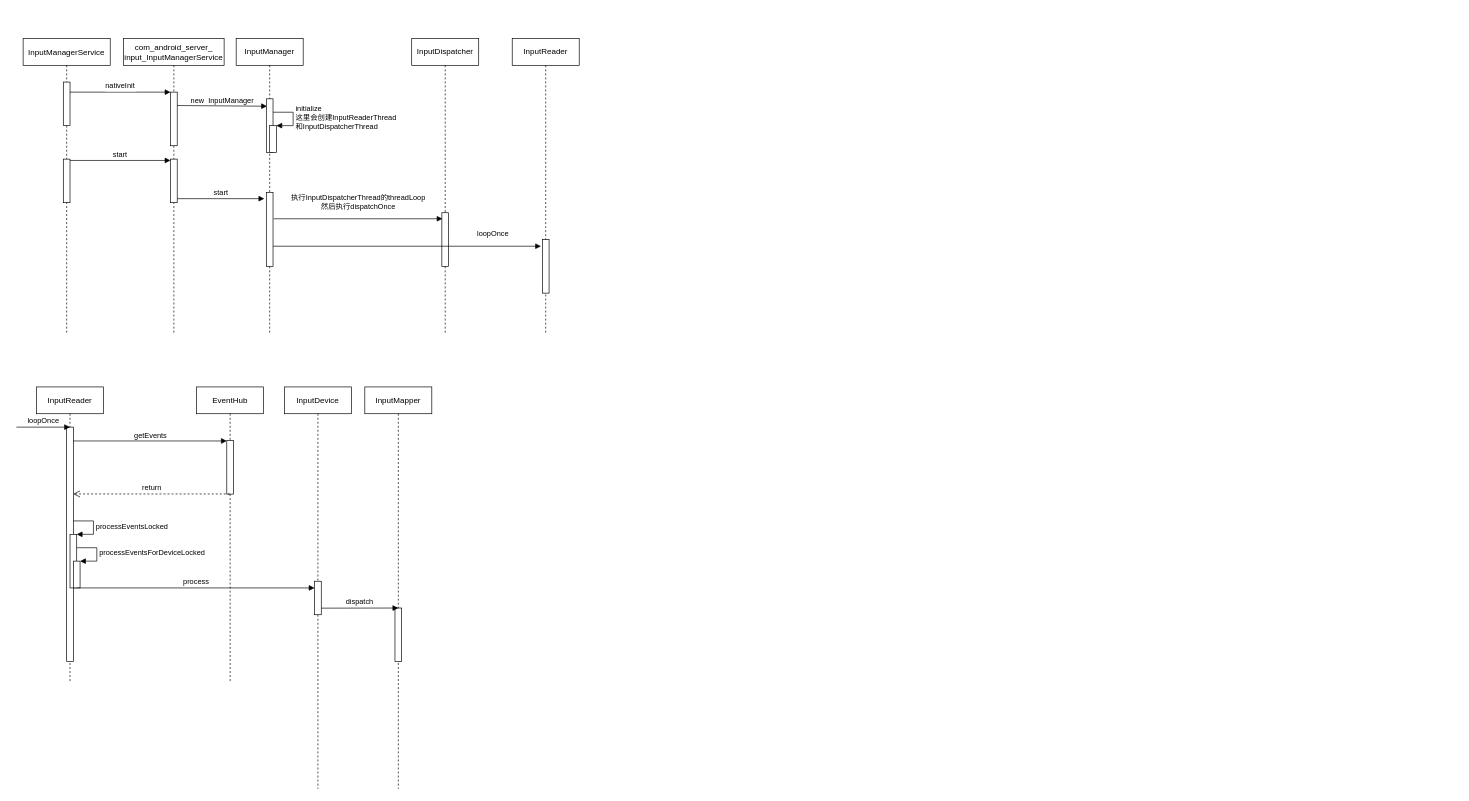
Earlier version of the draw.io diagram Input.drawio (Frezrik/UML). Source tidied: cells renumbered, new cells numbered last; positions are measured from the earlier drawing's top-left corner, leaving out a move shared by most shapes. Both pictures are drawn from the tidied source at 67%, with x=0, y=0 at pixel (16, 38).
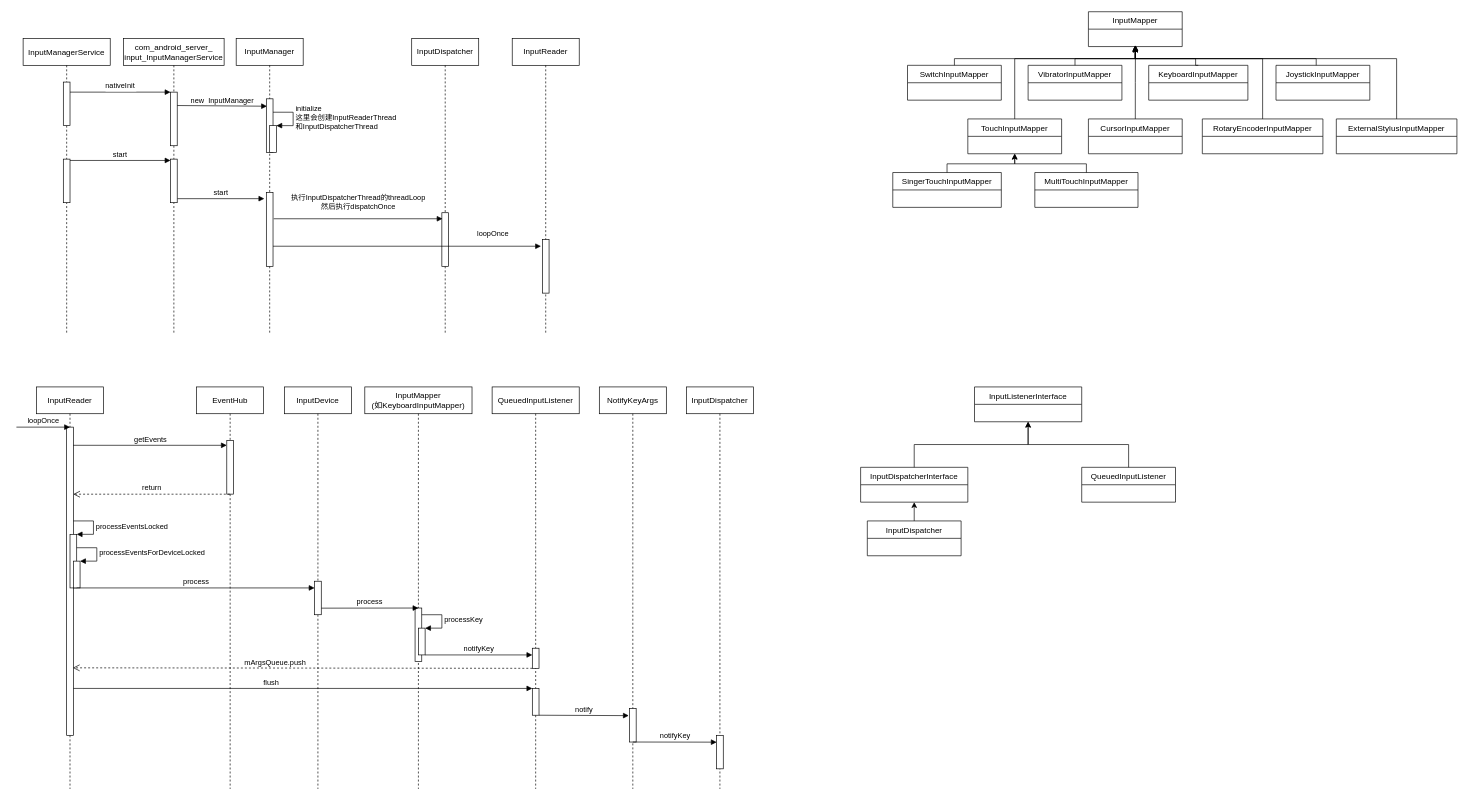
Above is the later version.

Unchanged cells that the change refers to:
```xml
<mxCell id="36" style="html=1;points=[];perimeter=orthogonalPerimeter;" parent="35" vertex="1">
  <mxGeometry x="45" y="290" width="10" height="50" as="geometry" />
</mxCell>
```

What changed in the source:
```diff
@@
     <mxCell id="23" value="InputReader" style="shape=umlLifeline;perimeter=lifelinePerimeter;whiteSpace=wrap;html=1;" parent="1" vertex="1">
-      <mxGeometry x="30" y="520" width="100" height="440" as="geometry" />
+      <mxGeometry x="30" y="520" width="100" height="600" as="geometry" />
     </mxCell>
     <mxCell id="24" style="html=1;points=[];perimeter=orthogonalPerimeter;" parent="23" vertex="1">
-      <mxGeometry x="45" y="60" width="10" height="350" as="geometry" />
+      <mxGeometry x="45" y="60" width="10" height="460" as="geometry" />
     </mxCell>
@@
     <mxCell id="31" value="EventHub" style="shape=umlLifeline;perimeter=lifelinePerimeter;whiteSpace=wrap;html=1;outlineConnect=0;" parent="1" vertex="1">
-      <mxGeometry x="269" y="520" width="100" height="440" as="geometry" />
+      <mxGeometry x="269" y="520" width="100" height="600" as="geometry" />
     </mxCell>
@@
-    <mxCell id="34" value="return" style="html=1;verticalAlign=bottom;endArrow=open;dashed=1;endSize=8;entryX=0.98;entryY=0.285;entryDx=0;entryDy=0;entryPerimeter=0;" parent="1" edge="1" source="31" target="24">
-      <mxGeometry relative="1" as="geometry" />
+    <mxCell id="34" value="return" style="html=1;verticalAlign=bottom;endArrow=open;dashed=1;endSize=8;entryX=0.98;entryY=0.285;entryDx=0;entryDy=0;entryPerimeter=0;" parent="1" edge="1">
+      <mxGeometry relative="1" as="geometry">
+        <mxPoint x="318.5" y="680.1" as="sourcePoint" />
+        <mxPoint x="84.8" y="680.1" as="targetPoint" />
+      </mxGeometry>
     </mxCell>
@@
-    <mxCell id="37" value="InputMapper" style="shape=umlLifeline;perimeter=lifelinePerimeter;whiteSpace=wrap;html=1;" parent="1" vertex="1">
-      <mxGeometry x="520" y="520" width="100" height="600" as="geometry" />
+    <mxCell id="37" value="InputMapper&lt;br&gt;(如KeyboardInputMapper)" style="shape=umlLifeline;perimeter=lifelinePerimeter;whiteSpace=wrap;html=1;" parent="1" vertex="1">
+      <mxGeometry x="520" y="520" width="160" height="600" as="geometry" />
     </mxCell>
     <mxCell id="38" style="html=1;points=[];perimeter=orthogonalPerimeter;" parent="37" vertex="1">
-      <mxGeometry x="45" y="330" width="10" height="80" as="geometry" />
+      <mxGeometry x="75" y="330" width="10" height="80" as="geometry" />
     </mxCell>
+    <mxCell id="40" style="html=1;points=[];perimeter=orthogonalPerimeter;" parent="37" vertex="1">
+      <mxGeometry x="80" y="360" width="10" height="40" as="geometry" />
+    </mxCell>
+    <mxCell id="41" value="processKey" style="edgeStyle=orthogonalEdgeStyle;html=1;align=left;spacingLeft=2;endArrow=block;rounded=0;entryX=1;entryY=0;" parent="37" edge="1" target="40">
+      <mxGeometry relative="1" as="geometry">
+        <mxPoint x="85" y="340" as="sourcePoint" />
+        <Array as="points">
+          <mxPoint x="115" y="340" />
+        </Array>
+      </mxGeometry>
+    </mxCell>
+    <mxCell id="42" value="notifyKey" style="html=1;verticalAlign=bottom;endArrow=block;" parent="37" edge="1" target="51">
+      <mxGeometry relative="1" as="geometry">
+        <mxPoint x="90" y="400" as="sourcePoint" />
+      </mxGeometry>
+    </mxCell>
-    <mxCell id="39" value="dispatch" style="html=1;verticalAlign=bottom;endArrow=block;exitX=1.02;exitY=0.804;exitDx=0;exitDy=0;exitPerimeter=0;" parent="1" edge="1" source="36">
-      <mxGeometry relative="1" as="geometry">
-        <mxPoint x="570" y="850" as="targetPoint" />
-      </mxGeometry>
+    <mxCell id="39" value="process" style="html=1;verticalAlign=bottom;endArrow=block;exitX=1.02;exitY=0.804;exitDx=0;exitDy=0;exitPerimeter=0;entryX=0.5;entryY=0;entryDx=0;entryDy=0;entryPerimeter=0;" parent="1" edge="1" source="36" target="38">
+      <mxGeometry relative="1" as="geometry" />
     </mxCell>
+    <mxCell id="43" style="edgeStyle=orthogonalEdgeStyle;rounded=0;jettySize=auto;html=1;exitX=0.5;exitY=0;exitDx=0;exitDy=0;entryX=0.5;entryY=1;entryDx=0;entryDy=0;" parent="1" edge="1" source="44" target="46">
+      <mxGeometry relative="1" as="geometry" />
+    </mxCell>
+    <mxCell id="44" value="InputDispatcher" style="swimlane;fontStyle=0;horizontal=1;startSize=26;fillColor=none;" parent="1" vertex="1">
+      <mxGeometry x="1270" y="720" width="140" height="52" as="geometry" />
+    </mxCell>
+    <mxCell id="45" style="edgeStyle=orthogonalEdgeStyle;rounded=0;jettySize=auto;html=1;exitX=0.5;exitY=0;exitDx=0;exitDy=0;entryX=0.5;entryY=1;entryDx=0;entryDy=0;" parent="1" edge="1" source="46" target="47">
+      <mxGeometry relative="1" as="geometry" />
+    </mxCell>
+    <mxCell id="46" value="InputDispatcherInterface" style="swimlane;fontStyle=0;horizontal=1;startSize=26;fillColor=none;" parent="1" vertex="1">
+      <mxGeometry x="1260" y="640" width="160" height="52" as="geometry" />
+    </mxCell>
+    <mxCell id="47" value="InputListenerInterface" style="swimlane;fontStyle=0;horizontal=1;startSize=26;fillColor=none;" parent="1" vertex="1">
+      <mxGeometry x="1430" y="520" width="160" height="52" as="geometry" />
+    </mxCell>
+    <mxCell id="48" style="edgeStyle=orthogonalEdgeStyle;rounded=0;jettySize=auto;html=1;exitX=0.5;exitY=0;exitDx=0;exitDy=0;entryX=0.5;entryY=1;entryDx=0;entryDy=0;" parent="1" edge="1" source="49" target="47">
+      <mxGeometry relative="1" as="geometry" />
+    </mxCell>
+    <mxCell id="49" value="QueuedInputListener" style="swimlane;fontStyle=0;horizontal=1;startSize=26;fillColor=none;" parent="1" vertex="1">
+      <mxGeometry x="1590" y="640" width="140" height="52" as="geometry" />
+    </mxCell>
+    <mxCell id="50" value="QueuedInputListener" style="shape=umlLifeline;perimeter=lifelinePerimeter;whiteSpace=wrap;html=1;" parent="1" vertex="1">
+      <mxGeometry x="710" y="520" width="130" height="600" as="geometry" />
+    </mxCell>
+    <mxCell id="51" style="html=1;points=[];perimeter=orthogonalPerimeter;" parent="50" vertex="1">
+      <mxGeometry x="60" y="390" width="10" height="30" as="geometry" />
+    </mxCell>
+    <mxCell id="52" style="html=1;perimeter=orthogonalPerimeter;" parent="50" vertex="1">
+      <mxGeometry x="60" y="450" width="10" height="40" as="geometry" />
+    </mxCell>
+    <mxCell id="53" value="notify" style="html=1;verticalAlign=bottom;endArrow=block;entryX=-0.1;entryY=0.212;entryDx=0;entryDy=0;entryPerimeter=0;" parent="50" edge="1" target="57">
+      <mxGeometry relative="1" as="geometry">
+        <mxPoint x="70" y="490" as="sourcePoint" />
+      </mxGeometry>
+    </mxCell>
+    <mxCell id="54" value="mArgsQueue.push" style="html=1;verticalAlign=bottom;endArrow=open;dashed=1;endSize=8;entryX=0.929;entryY=0.781;entryDx=0;entryDy=0;entryPerimeter=0;" parent="1" edge="1" target="24">
+      <mxGeometry x="0.12" relative="1" as="geometry">
+        <mxPoint x="770" y="940" as="sourcePoint" />
+      </mxGeometry>
+    </mxCell>
+    <mxCell id="55" value="flush" style="html=1;verticalAlign=bottom;endArrow=block;" parent="1" edge="1" source="24">
+      <mxGeometry x="-0.14" relative="1" as="geometry">
+        <mxPoint x="770" y="970" as="targetPoint" />
+      </mxGeometry>
+    </mxCell>
+    <mxCell id="56" value="NotifyKeyArgs" style="shape=umlLifeline;perimeter=lifelinePerimeter;whiteSpace=wrap;html=1;" parent="1" vertex="1">
+      <mxGeometry x="870" y="520" width="100" height="600" as="geometry" />
+    </mxCell>
+    <mxCell id="57" style="html=1;points=[];perimeter=orthogonalPerimeter;" parent="56" vertex="1">
+      <mxGeometry x="45" y="480" width="10" height="50" as="geometry" />
+    </mxCell>
+    <mxCell id="58" value="notifyKey" style="html=1;verticalAlign=bottom;endArrow=block;entryX=0.02;entryY=0.204;entryDx=0;entryDy=0;entryPerimeter=0;" parent="56" edge="1" target="60">
+      <mxGeometry relative="1" as="geometry">
+        <mxPoint x="50" y="530" as="sourcePoint" />
+      </mxGeometry>
+    </mxCell>
+    <mxCell id="59" value="InputDispatcher" style="shape=umlLifeline;perimeter=lifelinePerimeter;whiteSpace=wrap;html=1;" parent="1" vertex="1">
+      <mxGeometry x="1000" y="520" width="100" height="600" as="geometry" />
+    </mxCell>
+    <mxCell id="60" style="html=1;points=[];perimeter=orthogonalPerimeter;" parent="59" vertex="1">
+      <mxGeometry x="45" y="520" width="10" height="50" as="geometry" />
+    </mxCell>
+    <mxCell id="61" value="InputMapper" style="swimlane;fontStyle=0;horizontal=1;startSize=26;fillColor=none;" parent="1" vertex="1">
+      <mxGeometry x="1600" y="-40" width="140" height="52" as="geometry" />
+    </mxCell>
+    <mxCell id="62" style="edgeStyle=orthogonalEdgeStyle;rounded=0;jettySize=auto;html=1;entryX=0.5;entryY=1;entryDx=0;entryDy=0;" parent="1" edge="1" source="63" target="61">
+      <mxGeometry relative="1" as="geometry">
+        <Array as="points">
+          <mxPoint x="1490" y="30" />
+          <mxPoint x="1670" y="30" />
+        </Array>
+      </mxGeometry>
+    </mxCell>
+    <mxCell id="63" value="TouchInputMapper" style="swimlane;fontStyle=0;horizontal=1;startSize=26;fillColor=none;" parent="1" vertex="1">
+      <mxGeometry x="1420" y="120" width="140" height="52" as="geometry" />
+    </mxCell>
+    <mxCell id="64" style="edgeStyle=orthogonalEdgeStyle;rounded=0;jettySize=auto;html=1;" parent="1" edge="1" source="65">
+      <mxGeometry relative="1" as="geometry">
+        <mxPoint x="1670" y="10" as="targetPoint" />
+        <Array as="points">
+          <mxPoint x="1400" y="30" />
+          <mxPoint x="1670" y="30" />
+          <mxPoint x="1670" y="10" />
+        </Array>
+      </mxGeometry>
+    </mxCell>
+    <mxCell id="65" value="SwitchInputMapper" style="swimlane;fontStyle=0;horizontal=1;startSize=26;fillColor=none;" parent="1" vertex="1">
+      <mxGeometry x="1330" y="40" width="140" height="52" as="geometry" />
+    </mxCell>
+    <mxCell id="66" style="edgeStyle=orthogonalEdgeStyle;rounded=0;jettySize=auto;html=1;exitX=0.5;exitY=0;exitDx=0;exitDy=0;" parent="1" edge="1" source="67">
+      <mxGeometry relative="1" as="geometry">
+        <mxPoint x="1670" y="12" as="targetPoint" />
+        <Array as="points">
+          <mxPoint x="1580" y="30" />
+          <mxPoint x="1670" y="30" />
+        </Array>
+      </mxGeometry>
+    </mxCell>
+    <mxCell id="67" value="VibratorInputMapper" style="swimlane;fontStyle=0;horizontal=1;startSize=26;fillColor=none;" parent="1" vertex="1">
+      <mxGeometry x="1510" y="40" width="140" height="52" as="geometry" />
+    </mxCell>
+    <mxCell id="68" style="edgeStyle=orthogonalEdgeStyle;rounded=0;jettySize=auto;html=1;entryX=0.5;entryY=1;entryDx=0;entryDy=0;" parent="1" edge="1" source="69" target="61">
+      <mxGeometry relative="1" as="geometry">
+        <Array as="points">
+          <mxPoint x="1940" y="30" />
+          <mxPoint x="1670" y="30" />
+        </Array>
+      </mxGeometry>
+    </mxCell>
+    <mxCell id="69" value="JoystickInputMapper" style="swimlane;fontStyle=0;horizontal=1;startSize=26;fillColor=none;" parent="1" vertex="1">
+      <mxGeometry x="1880" y="40" width="140" height="52" as="geometry" />
+    </mxCell>
+    <mxCell id="70" style="edgeStyle=orthogonalEdgeStyle;rounded=0;jettySize=auto;html=1;exitX=0.5;exitY=0;exitDx=0;exitDy=0;" parent="1" edge="1" source="71">
+      <mxGeometry relative="1" as="geometry">
+        <mxPoint x="1670" y="10" as="targetPoint" />
+        <Array as="points">
+          <mxPoint x="1760" y="30" />
+          <mxPoint x="1670" y="30" />
+        </Array>
+      </mxGeometry>
+    </mxCell>
+    <mxCell id="71" value="KeyboardInputMapper" style="swimlane;fontStyle=0;horizontal=1;startSize=26;fillColor=none;" parent="1" vertex="1">
+      <mxGeometry x="1690" y="40" width="148" height="52" as="geometry" />
+    </mxCell>
+    <mxCell id="72" style="edgeStyle=orthogonalEdgeStyle;rounded=0;jettySize=auto;html=1;entryX=0.5;entryY=1;entryDx=0;entryDy=0;" parent="1" edge="1" source="73" target="61">
+      <mxGeometry relative="1" as="geometry">
+        <Array as="points">
+          <mxPoint x="1860" y="30" />
+          <mxPoint x="1670" y="30" />
+        </Array>
+      </mxGeometry>
+    </mxCell>
+    <mxCell id="73" value="RotaryEncoderInputMapper" style="swimlane;fontStyle=0;horizontal=1;startSize=26;fillColor=none;" parent="1" vertex="1">
+      <mxGeometry x="1770" y="120" width="180" height="52" as="geometry" />
+    </mxCell>
+    <mxCell id="74" style="edgeStyle=orthogonalEdgeStyle;rounded=0;jettySize=auto;html=1;exitX=0.5;exitY=0;exitDx=0;exitDy=0;entryX=0.5;entryY=1;entryDx=0;entryDy=0;" parent="1" edge="1" source="75" target="63">
+      <mxGeometry relative="1" as="geometry">
+        <Array as="points">
+          <mxPoint x="1597" y="187" />
+          <mxPoint x="1490" y="187" />
+        </Array>
+      </mxGeometry>
+    </mxCell>
+    <mxCell id="75" value="MultiTouchInputMapper" style="swimlane;fontStyle=0;horizontal=1;startSize=26;fillColor=none;" parent="1" vertex="1">
+      <mxGeometry x="1520" y="200" width="154" height="52" as="geometry" />
+    </mxCell>
+    <mxCell id="76" style="edgeStyle=orthogonalEdgeStyle;rounded=0;jettySize=auto;html=1;exitX=0.5;exitY=0;exitDx=0;exitDy=0;entryX=0.5;entryY=1;entryDx=0;entryDy=0;" parent="1" edge="1" source="77" target="63">
+      <mxGeometry relative="1" as="geometry">
+        <Array as="points">
+          <mxPoint x="1389" y="187" />
+          <mxPoint x="1490" y="187" />
+        </Array>
+      </mxGeometry>
+    </mxCell>
+    <mxCell id="77" value="SingerTouchInputMapper" style="swimlane;fontStyle=0;horizontal=1;startSize=26;fillColor=none;" parent="1" vertex="1">
+      <mxGeometry x="1308" y="200" width="162" height="52" as="geometry" />
+    </mxCell>
+    <mxCell id="78" style="edgeStyle=orthogonalEdgeStyle;rounded=0;jettySize=auto;html=1;exitX=0.5;exitY=0;exitDx=0;exitDy=0;" parent="1" edge="1" source="79">
+      <mxGeometry relative="1" as="geometry">
+        <mxPoint x="1670.2" y="10" as="targetPoint" />
+      </mxGeometry>
+    </mxCell>
+    <mxCell id="79" value="CursorInputMapper" style="swimlane;fontStyle=0;horizontal=1;startSize=26;fillColor=none;" parent="1" vertex="1">
+      <mxGeometry x="1600" y="120" width="140" height="52" as="geometry" />
+    </mxCell>
+    <mxCell id="80" style="edgeStyle=orthogonalEdgeStyle;rounded=0;jettySize=auto;html=1;exitX=0.5;exitY=0;exitDx=0;exitDy=0;entryX=0.5;entryY=1;entryDx=0;entryDy=0;" parent="1" edge="1" source="81" target="61">
+      <mxGeometry relative="1" as="geometry">
+        <Array as="points">
+          <mxPoint x="2060" y="30" />
+          <mxPoint x="1670" y="30" />
+        </Array>
+      </mxGeometry>
+    </mxCell>
+    <mxCell id="81" value="ExternalStylusInputMapper" style="swimlane;fontStyle=0;horizontal=1;startSize=26;fillColor=none;" parent="1" vertex="1">
+      <mxGeometry x="1970" y="120" width="180" height="52" as="geometry" />
+    </mxCell>
```
